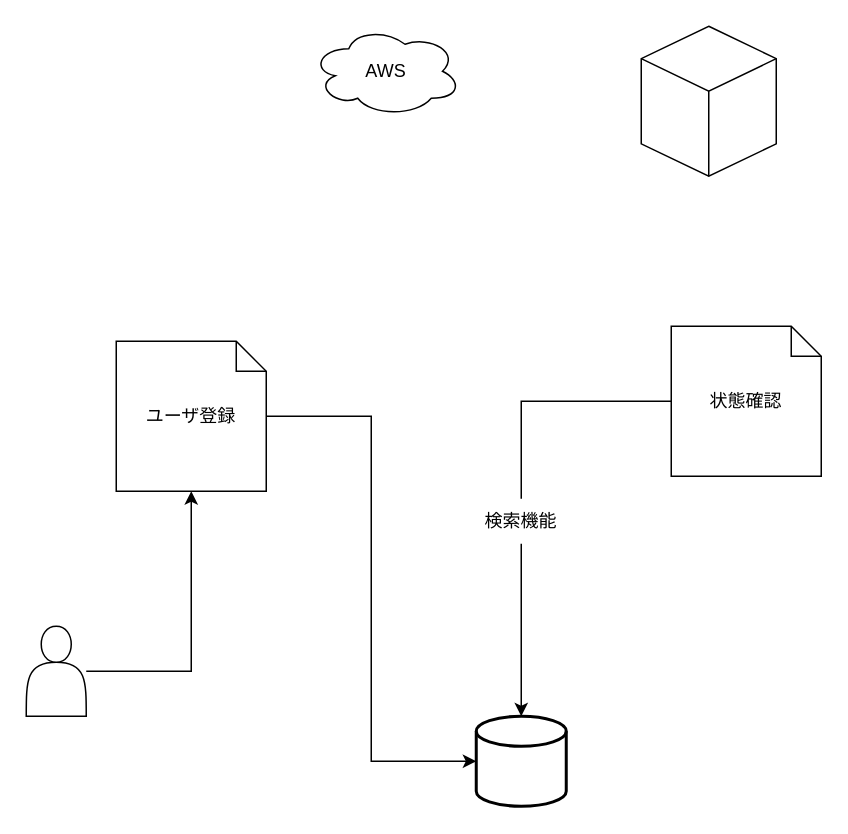
Above: page "画面設計" (2 of 3) of 画面設計.drawio in ringohoka/AnnounceSituation (draw.io), before the change. Source tidied: cells renumbered, new cells numbered last; positions are measured from the earlier drawing's top-left corner, leaving out a move shared by most shapes. Both pictures are drawn from the tidied source at 150%, with x=0, y=0 at pixel (26, 26).
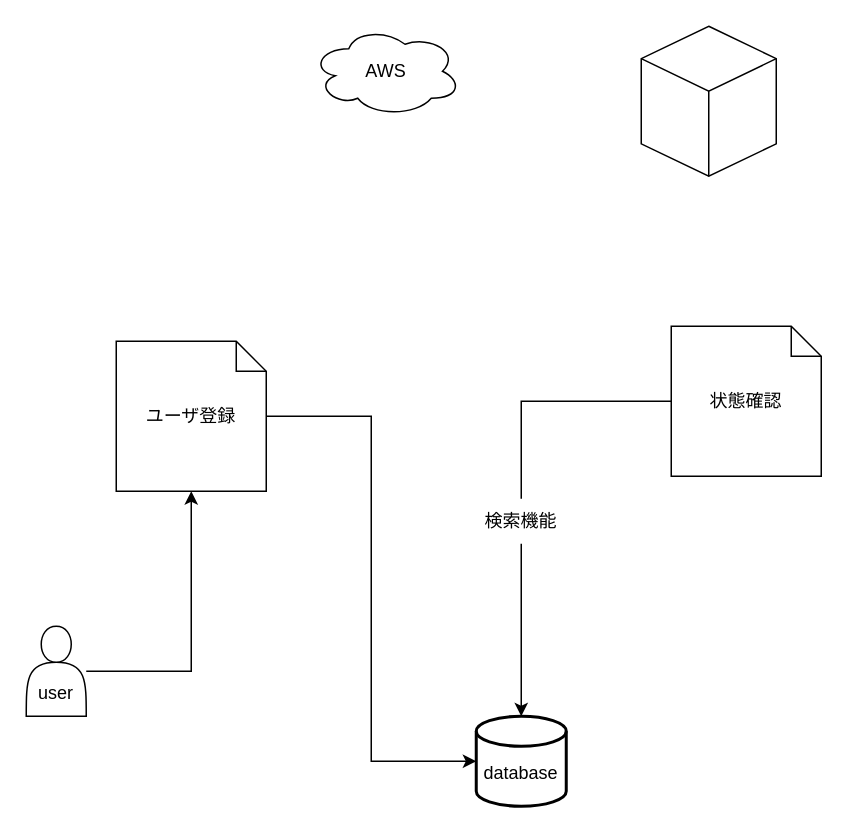
Above is the later version.

The edit, as a diff of the source:
```diff
@@
 <mxGraphModel>
   <root>
     <mxCell id="0" />
     <mxCell id="1" parent="0" />
     <mxCell id="2" style="edgeStyle=orthogonalEdgeStyle;rounded=0;jettySize=auto;html=1;entryX=0.5;entryY=1;entryDx=0;entryDy=0;entryPerimeter=0;" parent="1" edge="1" source="3" target="10">
       <mxGeometry relative="1" as="geometry" />
     </mxCell>
-    <mxCell id="3" style="shape=actor;whiteSpace=wrap;html=1;" parent="1" vertex="1">
+    <mxCell id="3" value="&lt;br&gt;&lt;br&gt;user" style="shape=actor;whiteSpace=wrap;html=1;" parent="1" vertex="1">
       <mxGeometry y="400" width="40" height="60" as="geometry" />
     </mxCell>
     <mxCell id="4" style="html=1;whiteSpace=wrap;shape=isoCube2;backgroundOutline=1;isoAngle=15;" parent="1" vertex="1">
       <mxGeometry x="410" width="90" height="100" as="geometry" />
     </mxCell>
     <mxCell id="5" value="AWS" style="ellipse;shape=cloud;whiteSpace=wrap;html=1;align=center;" parent="1" vertex="1">
       <mxGeometry x="190" width="100" height="60" as="geometry" />
     </mxCell>
-    <mxCell id="6" style="strokeWidth=2;html=1;shape=mxgraph.flowchart.database;whiteSpace=wrap;" parent="1" vertex="1">
+    <mxCell id="6" value="&lt;br&gt;database" style="strokeWidth=2;html=1;shape=mxgraph.flowchart.database;whiteSpace=wrap;" parent="1" vertex="1">
       <mxGeometry x="300" y="460" width="60" height="60" as="geometry" />
     </mxCell>
     <mxCell id="7" style="edgeStyle=orthogonalEdgeStyle;rounded=0;jettySize=auto;html=1;startArrow=none;" parent="1" edge="1" source="11" target="6">
       <mxGeometry relative="1" as="geometry" />
     </mxCell>
     <mxCell id="8" value="状態確認" style="shape=note;size=20;whiteSpace=wrap;html=1;" parent="1" vertex="1">
       <mxGeometry x="430" y="200" width="100" height="100" as="geometry" />
     </mxCell>
     <mxCell id="9" style="edgeStyle=orthogonalEdgeStyle;rounded=0;jettySize=auto;html=1;entryX=0;entryY=0.5;entryDx=0;entryDy=0;entryPerimeter=0;" parent="1" edge="1" source="10" target="6">
       <mxGeometry relative="1" as="geometry" />
     </mxCell>
     <mxCell id="10" value="ユーザ登録" style="shape=note;size=20;whiteSpace=wrap;html=1;" parent="1" vertex="1">
       <mxGeometry x="60" y="210" width="100" height="100" as="geometry" />
     </mxCell>
     <mxCell id="11" value="検索機能" style="text;html=1;strokeColor=none;fillColor=none;align=center;verticalAlign=middle;whiteSpace=wrap;rounded=0;" parent="1" vertex="1">
       <mxGeometry x="300" y="315" width="60" height="30" as="geometry" />
     </mxCell>
     <mxCell id="12" style="edgeStyle=orthogonalEdgeStyle;rounded=0;jettySize=auto;html=1;endArrow=none;" parent="1" edge="1" source="8" target="11">
       <mxGeometry relative="1" as="geometry" />
     </mxCell>
   </root>
 </mxGraphModel>
```
